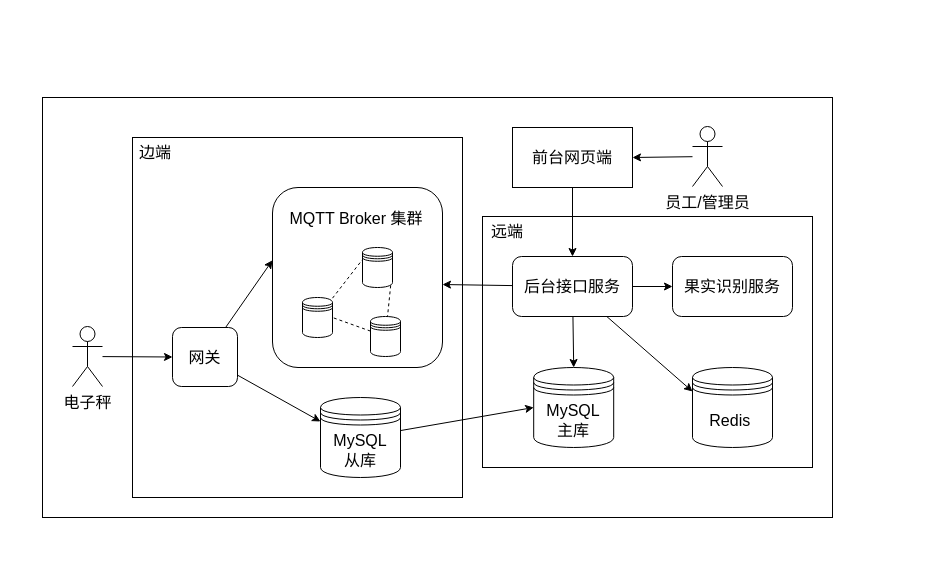
The draw.io diagram design/软件部署架构图.dio in akynazh/aws, before the edit. Source tidied: cells renumbered, new cells numbered last; positions are measured from the earlier drawing's top-left corner, leaving out a move shared by most shapes. Both pictures are drawn from the tidied source at 100%, with x=0, y=0 at pixel (42, 97).
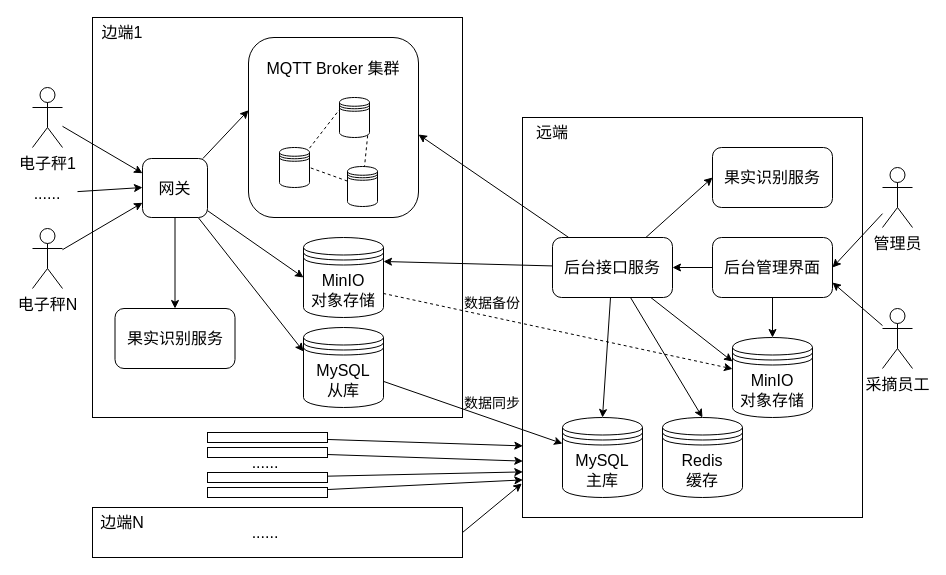
After the change.

Change to the diagram source:
```diff
@@
-    <mxCell id="2" style="rounded=0;whiteSpace=wrap;html=1;" parent="1" vertex="1">
-      <mxGeometry width="790" height="420" as="geometry" />
-    </mxCell>
     <mxCell id="3" style="rounded=0;whiteSpace=wrap;html=1;fontFamily=Songti SC;fontSize=16;" parent="1" vertex="1">
-      <mxGeometry x="90" y="40" width="330" height="360" as="geometry" />
+      <mxGeometry x="50" y="-80" width="370" height="400" as="geometry" />
     </mxCell>
     <mxCell id="4" style="rounded=1;whiteSpace=wrap;html=1;fontFamily=Songti SC;fontSize=16;" parent="1" vertex="1">
-      <mxGeometry x="230" y="90" width="170" height="180" as="geometry" />
+      <mxGeometry x="206" y="-60" width="170" height="180" as="geometry" />
     </mxCell>
     <mxCell id="5" style="rounded=0;whiteSpace=wrap;html=1;fontSize=16;fontFamily=Songti SC;" parent="1" vertex="1">
-      <mxGeometry x="440" y="119" width="330" height="251" as="geometry" />
+      <mxGeometry x="480" y="20" width="340" height="400" as="geometry" />
     </mxCell>
-    <mxCell id="6" style="edgeStyle=none;html=1;entryX=0;entryY=0.5;entryDx=0;entryDy=0;fontFamily=Songti SC;fontSize=16;" parent="1" edge="1" source="7" target="8">
+    <mxCell id="6" style="edgeStyle=none;html=1;fontFamily=Songti SC;fontSize=16;" parent="1" edge="1" source="7" target="8">
       <mxGeometry relative="1" as="geometry" />
     </mxCell>
     <mxCell id="7" value="&lt;font&gt;MySQL&lt;/font&gt;&lt;div&gt;&lt;font&gt;从库&lt;/font&gt;&lt;/div&gt;" style="shape=datastore;whiteSpace=wrap;html=1;fontFamily=Songti SC;fontSize=16;" parent="1" vertex="1">
-      <mxGeometry x="278" y="300" width="80" height="80" as="geometry" />
+      <mxGeometry x="261" y="230" width="80" height="80" as="geometry" />
     </mxCell>
     <mxCell id="8" value="&lt;font&gt;MySQL&lt;/font&gt;&lt;div&gt;&lt;font&gt;主库&lt;/font&gt;&lt;/div&gt;" style="shape=datastore;whiteSpace=wrap;html=1;fontFamily=Songti SC;fontSize=16;" parent="1" vertex="1">
-      <mxGeometry x="491.2" y="270" width="80" height="80" as="geometry" />
+      <mxGeometry x="520" y="320" width="80" height="80" as="geometry" />
     </mxCell>
@@
+    <mxCell id="34" style="edgeStyle=none;html=1;entryX=0;entryY=0.5;entryDx=0;entryDy=0;fontFamily=Songti SC;fontSize=16;" parent="1" edge="1" source="10" target="40">
+      <mxGeometry relative="1" as="geometry" />
+    </mxCell>
+    <mxCell id="35" style="edgeStyle=none;html=1;entryX=0.5;entryY=0;entryDx=0;entryDy=0;fontFamily=Songti SC;fontSize=16;" parent="1" edge="1" source="10" target="39">
+      <mxGeometry relative="1" as="geometry" />
+    </mxCell>
     <mxCell id="10" value="网关" style="rounded=1;whiteSpace=wrap;html=1;fontFamily=Songti SC;fontSize=16;" parent="1" vertex="1">
-      <mxGeometry x="130" y="230" width="65" height="59" as="geometry" />
+      <mxGeometry x="100" y="61" width="65" height="59" as="geometry" />
     </mxCell>
@@
-    <mxCell id="12" style="edgeStyle=none;html=1;fontFamily=Songti SC;fontSize=16;" parent="1" edge="1" source="14" target="23">
+    <mxCell id="12" style="edgeStyle=none;html=1;fontFamily=Songti SC;fontSize=16;entryX=0;entryY=0.5;entryDx=0;entryDy=0;" parent="1" edge="1" source="14" target="23">
       <mxGeometry relative="1" as="geometry" />
     </mxCell>
-    <mxCell id="13" style="edgeStyle=none;html=1;entryX=0;entryY=0.3;entryDx=0;entryDy=0;fontFamily=Songti SC;fontSize=16;" parent="1" edge="1" source="14" target="24">
+    <mxCell id="13" style="edgeStyle=none;html=1;entryX=0.5;entryY=0;entryDx=0;entryDy=0;fontFamily=Songti SC;fontSize=16;" parent="1" edge="1" source="14" target="24">
       <mxGeometry relative="1" as="geometry" />
     </mxCell>
+    <mxCell id="36" style="edgeStyle=none;html=1;entryX=1;entryY=0.3;entryDx=0;entryDy=0;fontFamily=Songti SC;fontSize=16;" parent="1" edge="1" source="14" target="40">
+      <mxGeometry relative="1" as="geometry" />
+    </mxCell>
+    <mxCell id="37" style="edgeStyle=none;html=1;entryX=0;entryY=0.3;entryDx=0;entryDy=0;fontFamily=Songti SC;fontSize=16;" parent="1" edge="1" source="14" target="44">
+      <mxGeometry relative="1" as="geometry" />
+    </mxCell>
     <mxCell id="14" value="后台接口服务" style="rounded=1;whiteSpace=wrap;html=1;fontFamily=Songti SC;fontSize=16;" parent="1" vertex="1">
-      <mxGeometry x="470" y="159" width="120" height="60" as="geometry" />
+      <mxGeometry x="510" y="140" width="120" height="60" as="geometry" />
     </mxCell>
-    <mxCell id="15" style="edgeStyle=none;html=1;entryX=0;entryY=0.5;entryDx=0;entryDy=0;fontFamily=Songti SC;fontSize=16;" parent="1" edge="1" source="16" target="10">
+    <mxCell id="15" style="edgeStyle=none;html=1;entryX=0;entryY=0.75;entryDx=0;entryDy=0;fontFamily=Songti SC;fontSize=16;" parent="1" edge="1" source="16" target="10">
       <mxGeometry relative="1" as="geometry" />
     </mxCell>
-    <mxCell id="16" value="电子秤" style="shape=umlActor;verticalLabelPosition=bottom;verticalAlign=top;html=1;outlineConnect=0;fontFamily=Songti SC;fontSize=16;" parent="1" vertex="1">
-      <mxGeometry x="30" y="229" width="30" height="60" as="geometry" />
+    <mxCell id="16" value="电子秤N" style="shape=umlActor;verticalLabelPosition=bottom;verticalAlign=top;html=1;outlineConnect=0;fontFamily=Songti SC;fontSize=16;" parent="1" vertex="1">
+      <mxGeometry x="-10" y="131" width="30" height="60" as="geometry" />
     </mxCell>
-    <mxCell id="17" value="边端" style="text;html=1;align=center;verticalAlign=middle;whiteSpace=wrap;rounded=0;fontFamily=Songti SC;fontSize=16;" parent="1" vertex="1">
-      <mxGeometry x="82.5" y="40" width="60" height="30" as="geometry" />
+    <mxCell id="17" value="边端1" style="text;html=1;align=center;verticalAlign=middle;whiteSpace=wrap;rounded=0;fontFamily=Songti SC;fontSize=16;" parent="1" vertex="1">
+      <mxGeometry x="50" y="-80" width="60" height="30" as="geometry" />
     </mxCell>
-    <mxCell id="18" style="edgeStyle=none;html=1;fontFamily=Songti SC;fontSize=16;" parent="1" edge="1" source="19" target="14">
+    <mxCell id="18" style="edgeStyle=none;html=1;entryX=1;entryY=0.5;entryDx=0;entryDy=0;fontFamily=Songti SC;fontSize=16;" parent="1" edge="1" source="19" target="14">
       <mxGeometry relative="1" as="geometry" />
     </mxCell>
+    <mxCell id="38" style="edgeStyle=none;html=1;entryX=0.5;entryY=0;entryDx=0;entryDy=0;fontFamily=Songti SC;fontSize=16;" parent="1" edge="1" source="19" target="44">
+      <mxGeometry relative="1" as="geometry" />
+    </mxCell>
-    <mxCell id="19" value="前台网页端" style="rounded=0;whiteSpace=wrap;html=1;fontFamily=Songti SC;fontSize=16;" parent="1" vertex="1">
-      <mxGeometry x="470" y="30" width="120" height="60" as="geometry" />
+    <mxCell id="19" value="后台管理界面" style="rounded=1;whiteSpace=wrap;html=1;fontFamily=Songti SC;fontSize=16;" parent="1" vertex="1">
+      <mxGeometry x="670" y="140" width="120" height="60" as="geometry" />
     </mxCell>
@@
-    <mxCell id="21" value="员工/管理员" style="shape=umlActor;verticalLabelPosition=bottom;verticalAlign=top;html=1;outlineConnect=0;fontFamily=Songti SC;fontSize=16;" parent="1" vertex="1">
-      <mxGeometry x="650" y="29" width="30" height="60" as="geometry" />
+    <mxCell id="21" value="管理员" style="shape=umlActor;verticalLabelPosition=bottom;verticalAlign=top;html=1;outlineConnect=0;fontFamily=Songti SC;fontSize=16;" parent="1" vertex="1">
+      <mxGeometry x="840" y="70" width="30" height="60" as="geometry" />
     </mxCell>
     <mxCell id="22" value="远端" style="text;html=1;align=center;verticalAlign=middle;whiteSpace=wrap;rounded=0;fontSize=16;fontFamily=Songti SC;" parent="1" vertex="1">
-      <mxGeometry x="435" y="119" width="60" height="30" as="geometry" />
+      <mxGeometry x="480" y="20" width="60" height="30" as="geometry" />
     </mxCell>
     <mxCell id="23" value="果实识别服务" style="rounded=1;whiteSpace=wrap;html=1;fontFamily=Songti SC;fontSize=16;" parent="1" vertex="1">
-      <mxGeometry x="630" y="159" width="120" height="60" as="geometry" />
+      <mxGeometry x="670" y="50" width="120" height="60" as="geometry" />
     </mxCell>
-    <mxCell id="24" value="Redis&amp;nbsp;" style="shape=datastore;whiteSpace=wrap;html=1;fontFamily=Songti SC;fontSize=16;" parent="1" vertex="1">
-      <mxGeometry x="650" y="270" width="80" height="80" as="geometry" />
-    </mxCell>
@@
     <mxCell id="26" style="shape=datastore;whiteSpace=wrap;html=1;fontFamily=Songti SC;fontSize=16;" parent="1" vertex="1">
-      <mxGeometry x="260" y="200" width="30" height="40" as="geometry" />
+      <mxGeometry x="237" y="50" width="30" height="40" as="geometry" />
     </mxCell>
     <mxCell id="27" style="shape=datastore;whiteSpace=wrap;html=1;fontFamily=Songti SC;fontSize=16;" parent="1" vertex="1">
-      <mxGeometry x="328" y="219" width="30" height="40" as="geometry" />
+      <mxGeometry x="305" y="69" width="30" height="40" as="geometry" />
     </mxCell>
@@
     <mxCell id="29" style="shape=datastore;whiteSpace=wrap;html=1;fontFamily=Songti SC;fontSize=16;" parent="1" vertex="1">
-      <mxGeometry x="320" y="150" width="30" height="40" as="geometry" />
+      <mxGeometry x="297" width="30" height="40" as="geometry" />
     </mxCell>
@@
     <mxCell id="32" value="MQTT Broker 集群" style="text;html=1;align=center;verticalAlign=middle;whiteSpace=wrap;rounded=0;fontFamily=Songti SC;fontSize=16;" parent="1" vertex="1">
-      <mxGeometry x="223" y="100" width="182" height="42" as="geometry" />
+      <mxGeometry x="200" y="-50" width="182" height="42" as="geometry" />
     </mxCell>
@@
+    <mxCell id="39" value="果实识别服务" style="rounded=1;whiteSpace=wrap;html=1;fontFamily=Songti SC;fontSize=16;" parent="1" vertex="1">
+      <mxGeometry x="72.5" y="211" width="120" height="60" as="geometry" />
+    </mxCell>
+    <mxCell id="40" value="MinIO&lt;div&gt;对象存储&lt;/div&gt;" style="shape=datastore;whiteSpace=wrap;html=1;fontFamily=Songti SC;fontSize=16;" parent="1" vertex="1">
+      <mxGeometry x="261" y="140" width="80" height="80" as="geometry" />
+    </mxCell>
+    <mxCell id="41" style="edgeStyle=none;html=1;entryX=1;entryY=0.75;entryDx=0;entryDy=0;fontFamily=Songti SC;fontSize=16;" parent="1" edge="1" source="42" target="19">
+      <mxGeometry relative="1" as="geometry" />
+    </mxCell>
+    <mxCell id="42" value="采摘员工" style="shape=umlActor;verticalLabelPosition=bottom;verticalAlign=top;html=1;outlineConnect=0;fontFamily=Songti SC;fontSize=16;" parent="1" vertex="1">
+      <mxGeometry x="840" y="211" width="30" height="60" as="geometry" />
+    </mxCell>
+    <mxCell id="43" style="edgeStyle=none;html=1;entryX=1;entryY=0.7;entryDx=0;entryDy=0;dashed=1;endArrow=none;endFill=0;startArrow=classic;startFill=1;fontFamily=Songti SC;fontSize=16;" parent="1" edge="1" source="44" target="40">
+      <mxGeometry relative="1" as="geometry" />
+    </mxCell>
+    <mxCell id="44" value="MinIO&lt;div&gt;对象存储&lt;/div&gt;" style="shape=datastore;whiteSpace=wrap;html=1;fontFamily=Songti SC;fontSize=16;" parent="1" vertex="1">
+      <mxGeometry x="690" y="240" width="80" height="80" as="geometry" />
+    </mxCell>
+    <mxCell id="24" value="Redis&lt;div&gt;缓存&lt;/div&gt;" style="shape=datastore;whiteSpace=wrap;html=1;fontFamily=Songti SC;fontSize=16;" parent="1" vertex="1">
+      <mxGeometry x="620" y="320" width="80" height="80" as="geometry" />
+    </mxCell>
+    <mxCell id="45" style="rounded=0;whiteSpace=wrap;html=1;fontFamily=Songti SC;fontSize=16;" parent="1" vertex="1">
+      <mxGeometry x="165" y="335" width="120" height="10" as="geometry" />
+    </mxCell>
+    <mxCell id="46" style="rounded=0;whiteSpace=wrap;html=1;fontFamily=Songti SC;fontSize=16;" parent="1" vertex="1">
+      <mxGeometry x="165" y="350" width="120" height="10" as="geometry" />
+    </mxCell>
+    <mxCell id="47" style="rounded=0;whiteSpace=wrap;html=1;fontFamily=Songti SC;fontSize=16;" parent="1" vertex="1">
+      <mxGeometry x="165" y="375" width="120" height="10" as="geometry" />
+    </mxCell>
+    <mxCell id="48" value="&lt;font&gt;......&lt;/font&gt;" style="text;html=1;align=center;verticalAlign=middle;whiteSpace=wrap;rounded=0;fontFamily=Songti SC;fontSize=16;" parent="1" vertex="1">
+      <mxGeometry x="192.5" y="350" width="60" height="30" as="geometry" />
+    </mxCell>
+    <mxCell id="49" style="rounded=0;whiteSpace=wrap;html=1;fontFamily=Songti SC;fontSize=16;" parent="1" vertex="1">
+      <mxGeometry x="50" y="410" width="370" height="50" as="geometry" />
+    </mxCell>
+    <mxCell id="50" style="edgeStyle=none;html=1;entryX=0;entryY=0.25;entryDx=0;entryDy=0;fontFamily=Songti SC;fontSize=16;" parent="1" edge="1" source="51" target="10">
+      <mxGeometry relative="1" as="geometry" />
+    </mxCell>
+    <mxCell id="51" value="电子秤1" style="shape=umlActor;verticalLabelPosition=bottom;verticalAlign=top;html=1;outlineConnect=0;fontFamily=Songti SC;fontSize=16;" parent="1" vertex="1">
+      <mxGeometry x="-10" y="-10" width="30" height="60" as="geometry" />
+    </mxCell>
+    <mxCell id="52" value="边端N" style="text;html=1;align=center;verticalAlign=middle;whiteSpace=wrap;rounded=0;fontFamily=Songti SC;fontSize=16;" parent="1" vertex="1">
+      <mxGeometry x="50" y="410" width="60" height="30" as="geometry" />
+    </mxCell>
+    <mxCell id="53" style="edgeStyle=none;html=1;fontFamily=Songti SC;fontSize=16;" parent="1" edge="1" source="54">
+      <mxGeometry relative="1" as="geometry">
+        <mxPoint x="100" y="90" as="targetPoint" />
+      </mxGeometry>
+    </mxCell>
+    <mxCell id="54" value="......" style="text;html=1;align=center;verticalAlign=middle;whiteSpace=wrap;rounded=0;fontFamily=Songti SC;fontSize=16;" parent="1" vertex="1">
+      <mxGeometry x="-25" y="81" width="60" height="30" as="geometry" />
+    </mxCell>
+    <mxCell id="55" style="edgeStyle=none;html=1;entryX=-0.002;entryY=0.915;entryDx=0;entryDy=0;entryPerimeter=0;fontFamily=Songti SC;fontSize=16;exitX=1;exitY=0.5;exitDx=0;exitDy=0;" parent="1" edge="1" source="49" target="5">
+      <mxGeometry relative="1" as="geometry" />
+    </mxCell>
+    <mxCell id="56" style="edgeStyle=none;html=1;entryX=0.001;entryY=0.859;entryDx=0;entryDy=0;entryPerimeter=0;fontFamily=Songti SC;fontSize=16;" parent="1" edge="1" source="46" target="5">
+      <mxGeometry relative="1" as="geometry" />
+    </mxCell>
+    <mxCell id="57" style="edgeStyle=none;html=1;entryX=0.001;entryY=0.821;entryDx=0;entryDy=0;entryPerimeter=0;fontFamily=Songti SC;fontSize=16;" parent="1" edge="1" source="45" target="5">
+      <mxGeometry relative="1" as="geometry" />
+    </mxCell>
+    <mxCell id="58" style="edgeStyle=none;html=1;entryX=0.001;entryY=0.886;entryDx=0;entryDy=0;entryPerimeter=0;fontFamily=Songti SC;fontSize=16;" parent="1" edge="1" source="47" target="5">
+      <mxGeometry relative="1" as="geometry" />
+    </mxCell>
+    <mxCell id="59" value="......" style="text;html=1;align=center;verticalAlign=middle;whiteSpace=wrap;rounded=0;fontFamily=Songti SC;fontSize=16;" parent="1" vertex="1">
+      <mxGeometry x="192.5" y="420" width="60" height="30" as="geometry" />
+    </mxCell>
+    <mxCell id="60" style="rounded=0;whiteSpace=wrap;html=1;fontFamily=Songti SC;fontSize=16;" parent="1" vertex="1">
+      <mxGeometry x="165" y="390" width="120" height="10" as="geometry" />
+    </mxCell>
+    <mxCell id="61" style="edgeStyle=none;html=1;entryX=0.001;entryY=0.906;entryDx=0;entryDy=0;entryPerimeter=0;fontFamily=Songti SC;fontSize=16;" parent="1" edge="1" source="60" target="5">
+      <mxGeometry relative="1" as="geometry" />
+    </mxCell>
+    <mxCell id="62" value="&lt;font style=&quot;font-size: 14px;&quot;&gt;数据同步&lt;/font&gt;" style="text;html=1;align=center;verticalAlign=middle;whiteSpace=wrap;rounded=0;fontFamily=Songti SC;fontSize=16;" parent="1" vertex="1">
+      <mxGeometry x="415" y="290" width="70" height="30" as="geometry" />
+    </mxCell>
+    <mxCell id="63" value="&lt;font style=&quot;font-size: 14px;&quot;&gt;数据备份&lt;/font&gt;" style="text;html=1;align=center;verticalAlign=middle;whiteSpace=wrap;rounded=0;fontFamily=Songti SC;fontSize=16;" parent="1" vertex="1">
+      <mxGeometry x="410" y="190" width="80" height="30" as="geometry" />
+    </mxCell>
```
